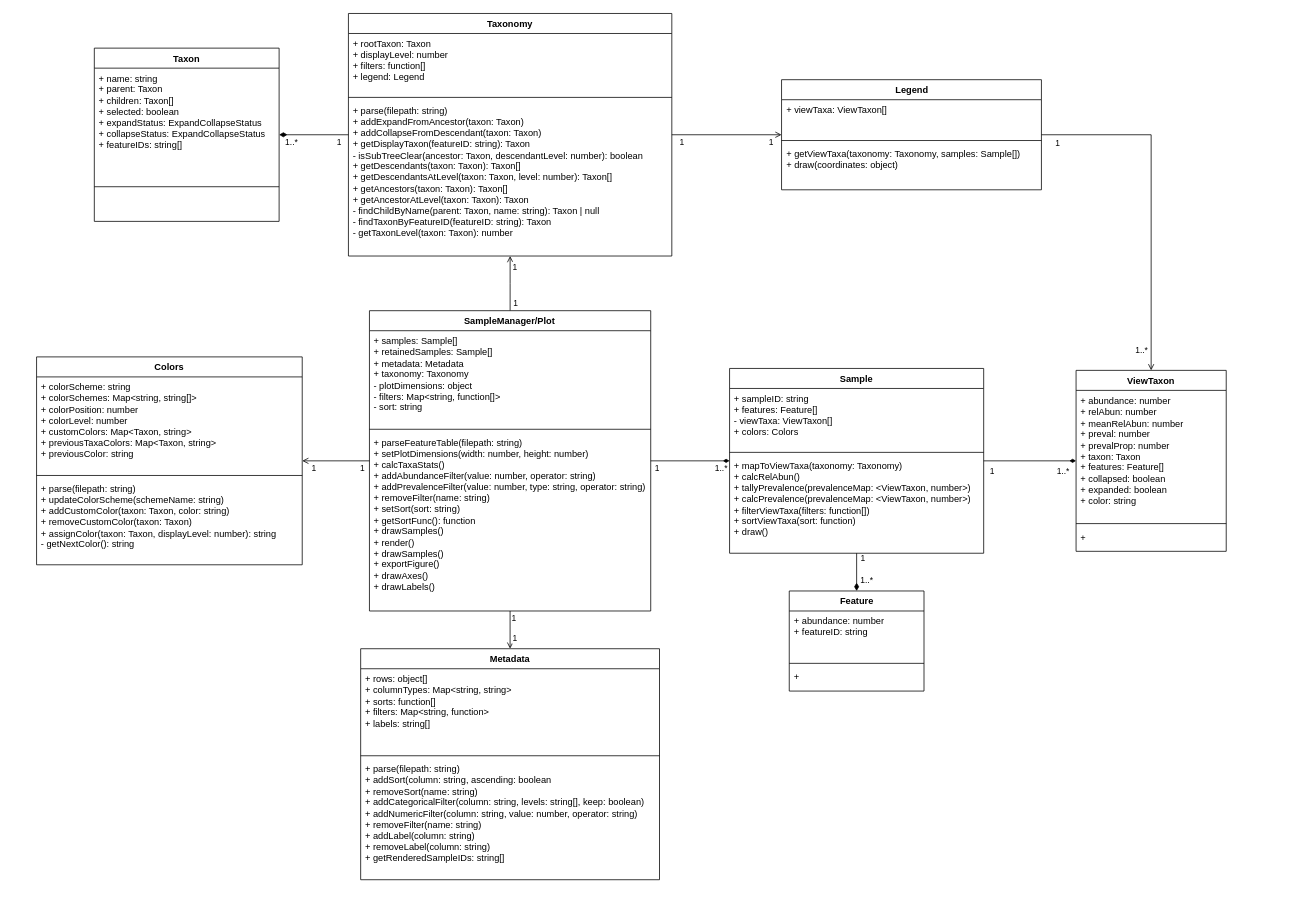
colinvwood/taxa-barplot keeps this draw.io diagram as docs/TaxaBarplotClasses.drawio. Above is the earlier version. Source tidied: cells renumbered, new cells numbered last; positions are measured from the earlier drawing's top-left corner, leaving out a move shared by most shapes. Both pictures are drawn from the tidied source at 77%, with x=0, y=0 at pixel (36, 13).
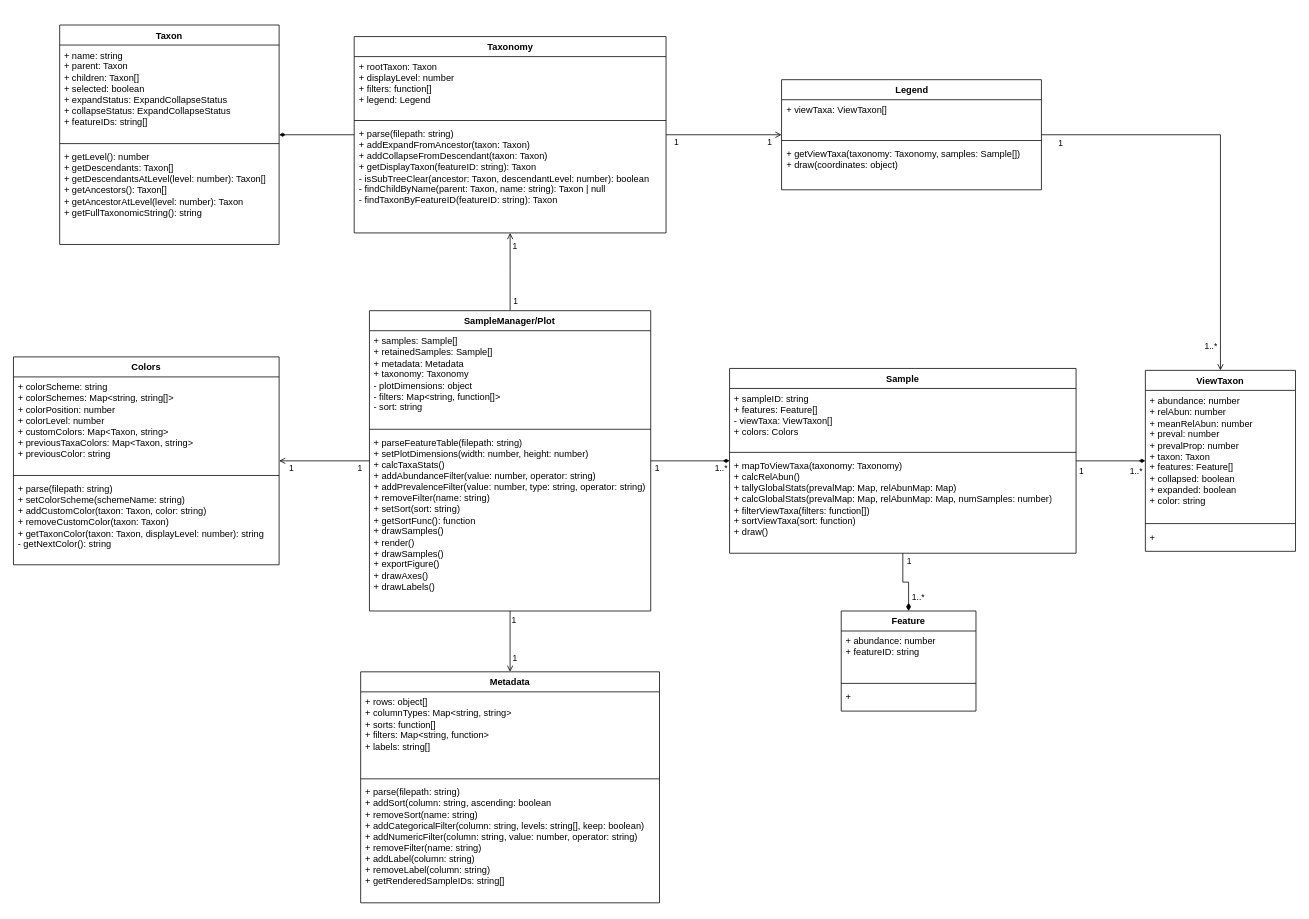
After the change.

Commit message (it also covers changes not shown here):
move some Taxonomy methods to Taxon

What changed in the source:
```diff
@@
-    <mxCell id="2" value="Taxon" style="swimlane;fontStyle=1;align=center;verticalAlign=top;horizontal=1;startSize=26;whiteSpace=wrap;html=1;" parent="1" vertex="1">
-      <mxGeometry x="75" y="45" width="240" height="225" as="geometry" />
-    </mxCell>
-    <mxCell id="3" value="+ name: string&lt;div&gt;+ parent: Taxon&lt;/div&gt;&lt;div&gt;+ children: Taxon[]&lt;/div&gt;&lt;div&gt;+ selected: boolean&lt;/div&gt;&lt;div&gt;+ expandStatus: ExpandCollapseStatus&lt;/div&gt;&lt;div&gt;+ collapseStatus: ExpandCollapseStatus&lt;/div&gt;&lt;div&gt;+ featureIDs: string[]&lt;/div&gt;&lt;div&gt;&lt;br&gt;&lt;/div&gt;" style="text;strokeColor=none;fillColor=none;align=left;verticalAlign=top;spacingLeft=4;spacingRight=4;overflow=hidden;whiteSpace=wrap;html=1;" parent="2" vertex="1">
-      <mxGeometry y="26" width="240" height="109" as="geometry" />
-    </mxCell>
-    <mxCell id="4" style="line;strokeWidth=1;fillColor=none;align=left;verticalAlign=middle;spacingTop=-1;spacingLeft=3;spacingRight=3;labelPosition=right;strokeColor=inherit;" parent="2" vertex="1">
-      <mxGeometry y="135" width="240" height="90" as="geometry" />
-    </mxCell>
-    <mxCell id="5" style="edgeStyle=orthogonalEdgeStyle;rounded=0;jettySize=auto;html=1;startArrow=none;startFill=0;endArrow=diamondThin;endSize=8;startSize=8;endFill=1;" parent="1" edge="1" source="11" target="2">
-      <mxGeometry relative="1" as="geometry" />
-    </mxCell>
-    <mxCell id="6" value="1" style="edgeLabel;html=1;align=center;verticalAlign=middle;" parent="5" vertex="1">
-      <mxGeometry x="-0.65" relative="1" as="geometry">
-        <mxPoint x="3" y="9" as="offset" />
-      </mxGeometry>
-    </mxCell>
-    <mxCell id="7" value="1..*" style="edgeLabel;html=1;align=center;verticalAlign=middle;" parent="5" vertex="1">
-      <mxGeometry x="0.83" y="1" relative="1" as="geometry">
-        <mxPoint x="7" y="8" as="offset" />
-      </mxGeometry>
-    </mxCell>
@@
+    <mxCell id="5" style="edgeStyle=orthogonalEdgeStyle;rounded=0;jettySize=auto;html=1;endArrow=diamondThin;endFill=1;" parent="1" edge="1" source="11" target="2">
+      <mxGeometry relative="1" as="geometry" />
+    </mxCell>
     <mxCell id="11" value="Taxonomy" style="swimlane;fontStyle=1;align=center;verticalAlign=top;horizontal=1;startSize=26;whiteSpace=wrap;html=1;" parent="1" vertex="1">
-      <mxGeometry x="405" width="420" height="315" as="geometry" />
+      <mxGeometry x="412.5" y="30" width="405" height="255" as="geometry" />
     </mxCell>
     <mxCell id="12" value="&lt;div&gt;+ rootTaxon: Taxon&lt;/div&gt;+ displayLevel: number&lt;div&gt;+ filters: function[]&lt;/div&gt;&lt;div&gt;+ legend: Legend&lt;/div&gt;" style="text;strokeColor=none;fillColor=none;align=left;verticalAlign=top;spacingLeft=4;spacingRight=4;overflow=hidden;whiteSpace=wrap;html=1;" parent="11" vertex="1">
-      <mxGeometry y="26" width="420" height="79" as="geometry" />
+      <mxGeometry y="26" width="405" height="79" as="geometry" />
     </mxCell>
     <mxCell id="13" style="line;strokeWidth=1;fillColor=none;align=left;verticalAlign=middle;spacingTop=-1;spacingLeft=3;spacingRight=3;labelPosition=right;strokeColor=inherit;" parent="11" vertex="1">
-      <mxGeometry y="105" width="420" height="8" as="geometry" />
+      <mxGeometry y="105" width="405" height="8" as="geometry" />
     </mxCell>
-    <mxCell id="14" value="&lt;div&gt;+ parse(filepath: string)&lt;/div&gt;+ addExpandFromAncestor(taxon: Taxon)&lt;div&gt;+ addCollapseFromDescendant(taxon: Taxon)&lt;/div&gt;&lt;div&gt;+ getDisplayTaxon(featureID: string): Taxon&lt;/div&gt;&lt;div&gt;- isSubTreeClear(ancestor: Taxon, descendantLevel: number): boolean&lt;/div&gt;&lt;div&gt;+ getDescendants(taxon: Taxon): Taxon[]&lt;/div&gt;&lt;div&gt;+ getDescendantsAtLevel(taxon: Taxon, level: number): Taxon[]&lt;/div&gt;&lt;div&gt;+ getAncestors(taxon: Taxon): Taxon[]&lt;/div&gt;&lt;div&gt;+ getAncestorAtLevel(taxon: Taxon): Taxon&lt;/div&gt;&lt;div&gt;- findChildByName(parent: Taxon, name: string): Taxon | null&lt;/div&gt;&lt;div&gt;- findTaxonByFeatureID(featureID: string): Taxon&lt;/div&gt;&lt;div&gt;- getTaxonLevel(taxon: Taxon): number&lt;/div&gt;&lt;div&gt;&lt;br&gt;&lt;/div&gt;" style="text;strokeColor=none;fillColor=none;align=left;verticalAlign=top;spacingLeft=4;spacingRight=4;overflow=hidden;whiteSpace=wrap;html=1;" parent="11" vertex="1">
-      <mxGeometry y="113" width="420" height="202" as="geometry" />
+    <mxCell id="14" value="&lt;div&gt;+ parse(filepath: string)&lt;/div&gt;+ addExpandFromAncestor(taxon: Taxon)&lt;div&gt;+ addCollapseFromDescendant(taxon: Taxon)&lt;/div&gt;&lt;div&gt;+ getDisplayTaxon(featureID: string): Taxon&lt;/div&gt;&lt;div&gt;- isSubTreeClear(ancestor: Taxon, descendantLevel: number): boolean&lt;/div&gt;&lt;div&gt;- findChildByName(parent: Taxon, name: string): Taxon | null&lt;/div&gt;&lt;div&gt;- findTaxonByFeatureID(featureID: string): Taxon&lt;/div&gt;" style="text;strokeColor=none;fillColor=none;align=left;verticalAlign=top;spacingLeft=4;spacingRight=4;overflow=hidden;whiteSpace=wrap;html=1;" parent="11" vertex="1">
+      <mxGeometry y="113" width="405" height="142" as="geometry" />
     </mxCell>
@@
     <mxCell id="37" value="Sample" style="swimlane;fontStyle=1;align=center;verticalAlign=top;horizontal=1;startSize=26;whiteSpace=wrap;html=1;" parent="1" vertex="1">
-      <mxGeometry x="900" y="461" width="330" height="240" as="geometry" />
+      <mxGeometry x="900" y="461" width="450" height="240" as="geometry" />
     </mxCell>
     <mxCell id="38" value="+ sampleID: string&lt;div&gt;+ features: Feature[]&lt;/div&gt;&lt;div&gt;- viewTaxa: ViewTaxon[]&lt;/div&gt;&lt;div&gt;+ colors: Colors&lt;/div&gt;&lt;div&gt;&lt;br&gt;&lt;/div&gt;" style="text;strokeColor=none;fillColor=none;align=left;verticalAlign=top;spacingLeft=4;spacingRight=4;overflow=hidden;whiteSpace=wrap;html=1;" parent="37" vertex="1">
-      <mxGeometry y="26" width="330" height="79" as="geometry" />
+      <mxGeometry y="26" width="450" height="79" as="geometry" />
     </mxCell>
     <mxCell id="39" style="line;strokeWidth=1;fillColor=none;align=left;verticalAlign=middle;spacingTop=-1;spacingLeft=3;spacingRight=3;labelPosition=right;strokeColor=inherit;" parent="37" vertex="1">
-      <mxGeometry y="105" width="330" height="8" as="geometry" />
+      <mxGeometry y="105" width="450" height="8" as="geometry" />
     </mxCell>
-    <mxCell id="40" value="&lt;div&gt;+ mapToViewTaxa(taxonomy: Taxonomy)&lt;/div&gt;&lt;div&gt;+ calcRelAbun()&lt;/div&gt;&lt;div&gt;+ tallyPrevalence(prevalenceMap: &amp;lt;ViewTaxon, number&amp;gt;)&lt;/div&gt;&lt;div&gt;+ calcPrevalence(prevalenceMap: &amp;lt;ViewTaxon, number&amp;gt;)&lt;/div&gt;&lt;div&gt;+ filterViewTaxa(filters: function[])&lt;/div&gt;&lt;div&gt;+ sortViewTaxa(sort: function)&lt;/div&gt;&lt;div&gt;+ draw()&lt;/div&gt;&lt;div&gt;&lt;br&gt;&lt;/div&gt;" style="text;strokeColor=none;fillColor=none;align=left;verticalAlign=top;spacingLeft=4;spacingRight=4;overflow=hidden;whiteSpace=wrap;html=1;" parent="37" vertex="1">
-      <mxGeometry y="113" width="330" height="127" as="geometry" />
+    <mxCell id="40" value="&lt;div&gt;+ mapToViewTaxa(taxonomy: Taxonomy)&lt;/div&gt;&lt;div&gt;+ calcRelAbun()&lt;/div&gt;&lt;div&gt;+ tallyGlobalStats(prevalMap: Map, relAbunMap: Map)&lt;/div&gt;&lt;div&gt;+ calcGlobalStats(prevalMap: Map, relAbunMap: Map, numSamples: number)&lt;/div&gt;&lt;div&gt;+ filterViewTaxa(filters: function[])&lt;/div&gt;&lt;div&gt;+ sortViewTaxa(sort: function)&lt;/div&gt;&lt;div&gt;+ draw()&lt;/div&gt;&lt;div&gt;&lt;br&gt;&lt;/div&gt;" style="text;strokeColor=none;fillColor=none;align=left;verticalAlign=top;spacingLeft=4;spacingRight=4;overflow=hidden;whiteSpace=wrap;html=1;" parent="37" vertex="1">
+      <mxGeometry y="113" width="450" height="127" as="geometry" />
     </mxCell>
     <mxCell id="41" value="Feature" style="swimlane;fontStyle=1;align=center;verticalAlign=top;horizontal=1;startSize=26;whiteSpace=wrap;html=1;" parent="1" vertex="1">
-      <mxGeometry x="977.5" y="750" width="175" height="130" as="geometry" />
+      <mxGeometry x="1045" y="776" width="175" height="130" as="geometry" />
     </mxCell>
@@
     <mxCell id="45" value="ViewTaxon" style="swimlane;fontStyle=1;align=center;verticalAlign=top;horizontal=1;startSize=26;whiteSpace=wrap;html=1;" parent="1" vertex="1">
-      <mxGeometry x="1350" y="463.5" width="195" height="235" as="geometry" />
+      <mxGeometry x="1440" y="463.5" width="195" height="235" as="geometry" />
     </mxCell>
@@
     <mxCell id="49" value="Metadata" style="swimlane;fontStyle=1;align=center;verticalAlign=top;horizontal=1;startSize=26;whiteSpace=wrap;html=1;" parent="1" vertex="1">
-      <mxGeometry x="420.9" y="825" width="388.1" height="300" as="geometry" />
+      <mxGeometry x="420.9" y="855" width="388.1" height="300" as="geometry" />
     </mxCell>
@@
     <mxCell id="60" value="Colors" style="swimlane;fontStyle=1;align=center;verticalAlign=top;horizontal=1;startSize=26;whiteSpace=wrap;html=1;" parent="1" vertex="1">
-      <mxGeometry y="446" width="345" height="270" as="geometry" />
+      <mxGeometry x="-30" y="446" width="345" height="270" as="geometry" />
     </mxCell>
@@
-    <mxCell id="63" value="&lt;div&gt;+ parse(filepath: string)&lt;/div&gt;&lt;div&gt;+ updateColorScheme(schemeName: string)&lt;/div&gt;&lt;div&gt;+ addCustomColor(taxon: Taxon, color: string)&lt;/div&gt;&lt;div&gt;+ removeCustomColor(taxon: Taxon)&lt;/div&gt;&lt;div&gt;+ assignColor(taxon: Taxon, displayLevel: number): string&lt;/div&gt;&lt;div&gt;- getNextColor(): string&lt;/div&gt;" style="text;strokeColor=none;fillColor=none;align=left;verticalAlign=top;spacingLeft=4;spacingRight=4;overflow=hidden;whiteSpace=wrap;html=1;" parent="60" vertex="1">
+    <mxCell id="63" value="&lt;div&gt;+ parse(filepath: string)&lt;/div&gt;&lt;div&gt;+ setColorScheme(schemeName: string)&lt;/div&gt;&lt;div&gt;+ addCustomColor(taxon: Taxon, color: string)&lt;/div&gt;&lt;div&gt;+ removeCustomColor(taxon: Taxon)&lt;/div&gt;&lt;div&gt;+ getTaxonColor(taxon: Taxon, displayLevel: number): string&lt;/div&gt;&lt;div&gt;- getNextColor(): string&lt;/div&gt;" style="text;strokeColor=none;fillColor=none;align=left;verticalAlign=top;spacingLeft=4;spacingRight=4;overflow=hidden;whiteSpace=wrap;html=1;" parent="60" vertex="1">
       <mxGeometry y="158" width="345" height="112" as="geometry" />
     </mxCell>
+    <mxCell id="2" value="Taxon" style="swimlane;fontStyle=1;align=center;verticalAlign=top;horizontal=1;startSize=26;whiteSpace=wrap;html=1;" parent="1" vertex="1">
+      <mxGeometry x="30" y="15" width="285" height="285" as="geometry" />
+    </mxCell>
+    <mxCell id="3" value="+ name: string&lt;div&gt;+ parent: Taxon&lt;/div&gt;&lt;div&gt;+ children: Taxon[]&lt;/div&gt;&lt;div&gt;+ selected: boolean&lt;/div&gt;&lt;div&gt;+ expandStatus: ExpandCollapseStatus&lt;/div&gt;&lt;div&gt;+ collapseStatus: ExpandCollapseStatus&lt;/div&gt;&lt;div&gt;+ featureIDs: string[]&lt;/div&gt;&lt;div&gt;&lt;br&gt;&lt;/div&gt;" style="text;strokeColor=none;fillColor=none;align=left;verticalAlign=top;spacingLeft=4;spacingRight=4;overflow=hidden;whiteSpace=wrap;html=1;" parent="2" vertex="1">
+      <mxGeometry y="26" width="285" height="124" as="geometry" />
+    </mxCell>
+    <mxCell id="64" style="line;strokeWidth=1;fillColor=none;align=left;verticalAlign=middle;spacingTop=-1;spacingLeft=3;spacingRight=3;labelPosition=right;strokeColor=inherit;" parent="2" vertex="1">
+      <mxGeometry y="150" width="285" height="8" as="geometry" />
+    </mxCell>
+    <mxCell id="65" value="+ getLevel(): number&lt;div&gt;+ getDescendants: Taxon[]&lt;/div&gt;&lt;div&gt;+ getDescendantsAtLevel(level: number): Taxon[]&lt;/div&gt;&lt;div&gt;+ getAncestors(): Taxon[]&lt;/div&gt;&lt;div&gt;+ getAncestorAtLevel(level: number): Taxon&lt;/div&gt;&lt;div&gt;+ getFullTaxonomicString(): string&lt;/div&gt;" style="text;strokeColor=none;fillColor=none;align=left;verticalAlign=top;spacingLeft=4;spacingRight=4;overflow=hidden;whiteSpace=wrap;html=1;" parent="2" vertex="1">
+      <mxGeometry y="158" width="285" height="127" as="geometry" />
+    </mxCell>
```
